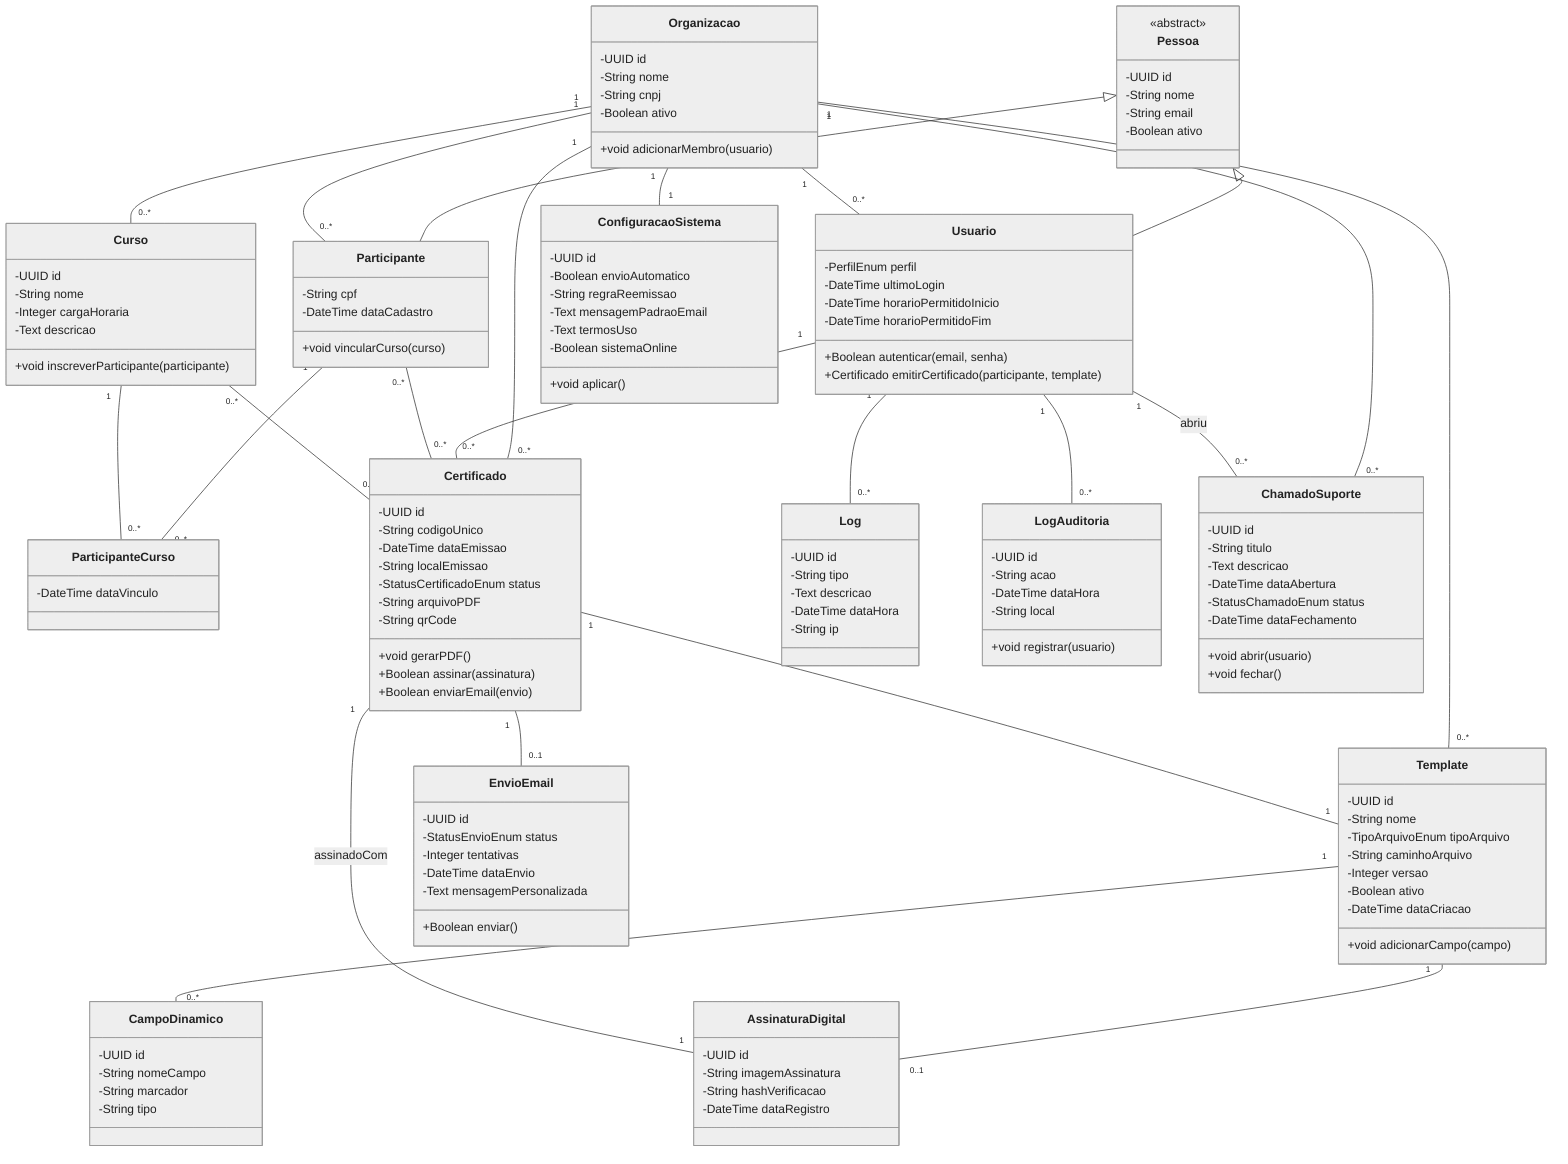
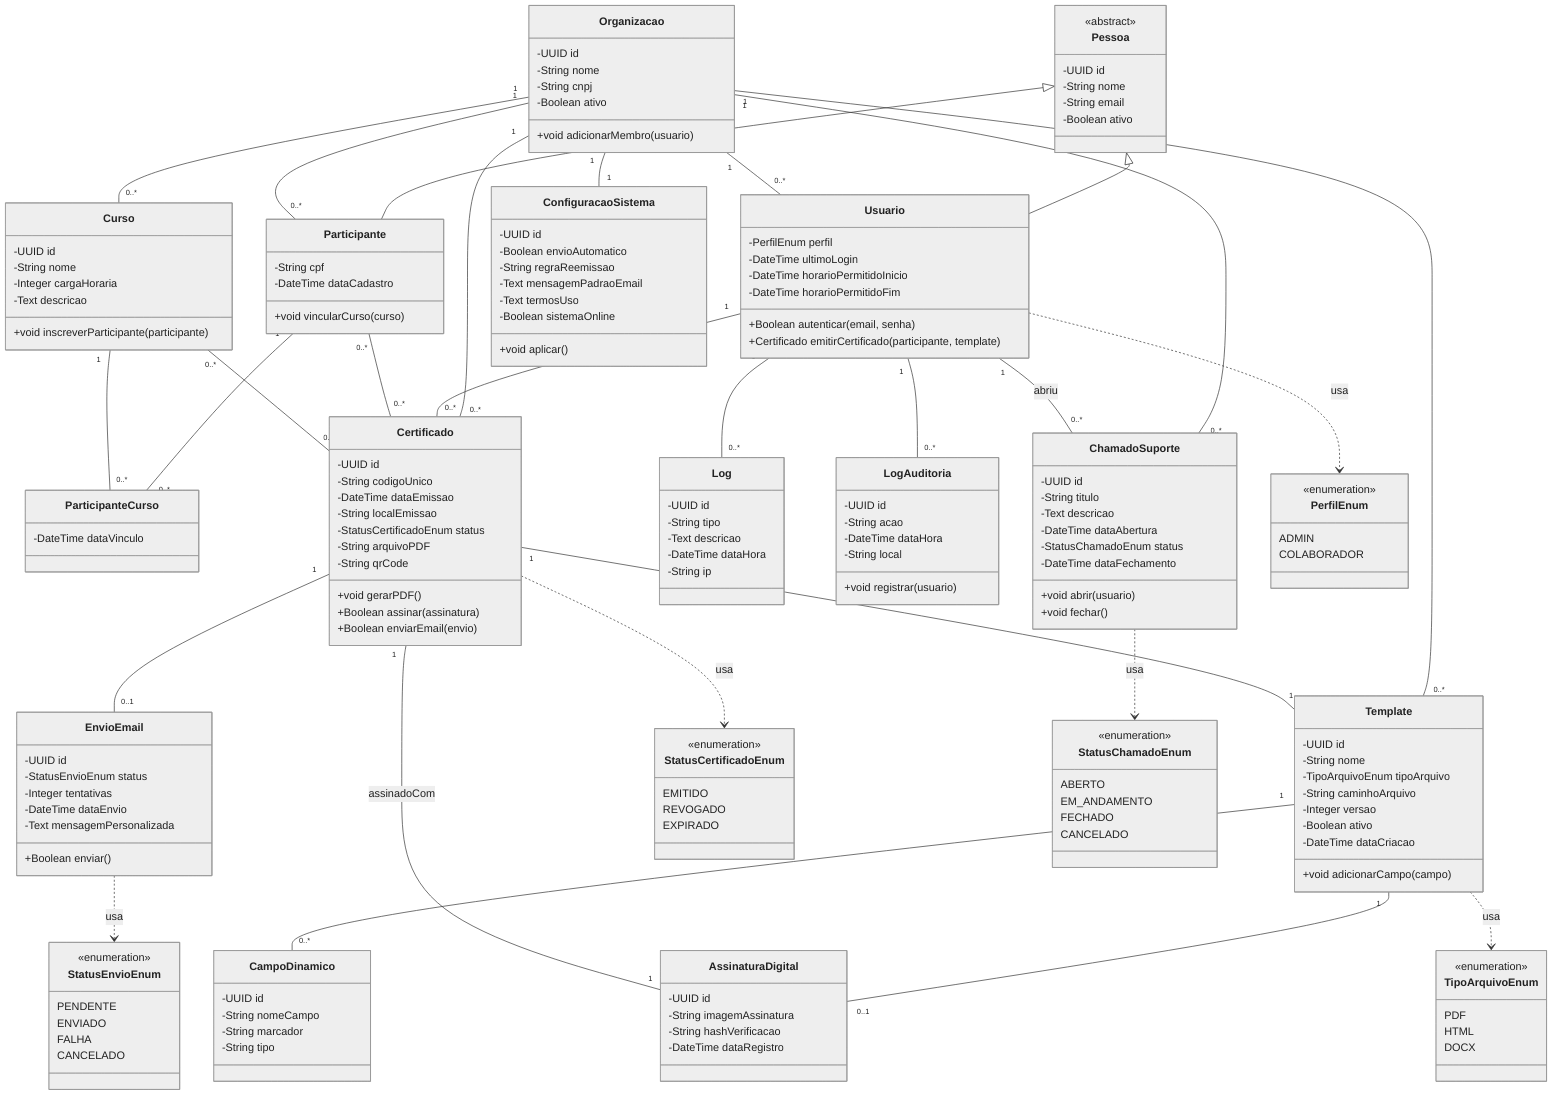
%%{init: {'theme': 'neutral', 'themeVariables': {'lineColor': '#333333', 'primaryTextColor': '#222222', 'primaryColor': '#f4f4f4', 'primaryBorderColor': '#333333', 'secondaryColor': '#ffffff'}}}%%
classDiagram
    class Pessoa {
      <<abstract>>
      -UUID id
      -String nome
      -String email
      -Boolean ativo
    }
    class Usuario {
      -PerfilEnum perfil
      -DateTime ultimoLogin
      -DateTime horarioPermitidoInicio
      -DateTime horarioPermitidoFim
      +Boolean autenticar(email, senha)
      +Certificado emitirCertificado(participante, template)
    }
    class Participante {
      -String cpf
      -DateTime dataCadastro
      +void vincularCurso(curso)
    }
    class Organizacao {
      -UUID id
      -String nome
      -String cnpj
      -Boolean ativo
      +void adicionarMembro(usuario)
    }
    class Curso {
      -UUID id
      -String nome
      -Integer cargaHoraria
      -Text descricao
      +void inscreverParticipante(participante)
    }
    class ParticipanteCurso {
      -DateTime dataVinculo
    }
    class Template {
      -UUID id
      -String nome
      -TipoArquivoEnum tipoArquivo
      -String caminhoArquivo
      -Integer versao
      -Boolean ativo
      -DateTime dataCriacao
      +void adicionarCampo(campo)
    }
    class CampoDinamico {
      -UUID id
      -String nomeCampo
      -String marcador
      -String tipo
    }
    class AssinaturaDigital {
      -UUID id
      -String imagemAssinatura
      -String hashVerificacao
      -DateTime dataRegistro
    }
    class Certificado {
      -UUID id
      -String codigoUnico
      -DateTime dataEmissao
      -String localEmissao
      -StatusCertificadoEnum status
      -String arquivoPDF
      -String qrCode
      +void gerarPDF()
      +Boolean assinar(assinatura)
      +Boolean enviarEmail(envio)
    }
    class EnvioEmail {
      -UUID id
      -StatusEnvioEnum status
      -Integer tentativas
      -DateTime dataEnvio
      -Text mensagemPersonalizada
      +Boolean enviar()
    }
    class Log {
      -UUID id
      -String tipo
      -Text descricao
      -DateTime dataHora
      -String ip
    }
    class LogAuditoria {
      -UUID id
      -String acao
      -DateTime dataHora
      -String local
      +void registrar(usuario)
    }
    class ConfiguracaoSistema {
      -UUID id
      -Boolean envioAutomatico
      -String regraReemissao
      -Text mensagemPadraoEmail
      -Text termosUso
      -Boolean sistemaOnline
      +void aplicar()
    }
    class ChamadoSuporte {
      -UUID id
      -String titulo
      -Text descricao
      -DateTime dataAbertura
      -StatusChamadoEnum status
      -DateTime dataFechamento
      +void abrir(usuario)
      +void fechar()
    }

+     class PerfilEnum {
+       <<enumeration>>
+       ADMIN
+       COLABORADOR
+     }
+     class TipoArquivoEnum {
+       <<enumeration>>
+       PDF
+       HTML
+       DOCX
+     }
+     class StatusCertificadoEnum {
+       <<enumeration>>
+       EMITIDO
+       REVOGADO
+       EXPIRADO
+     }
+     class StatusEnvioEnum {
+       <<enumeration>>
+       PENDENTE
+       ENVIADO
+       FALHA
+       CANCELADO
+     }
+     class StatusChamadoEnum {
+       <<enumeration>>
+       ABERTO
+       EM_ANDAMENTO
+       FECHADO
+       CANCELADO
+     }
+ 
    Pessoa <|-- Usuario
    Pessoa <|-- Participante

    Organizacao "1" -- "0..*" Usuario
    Organizacao "1" -- "0..*" Participante
    Organizacao "1" -- "0..*" Curso
    Organizacao "1" -- "0..*" Template
    Organizacao "1" -- "0..*" Certificado
    Organizacao "1" -- "1" ConfiguracaoSistema
    Organizacao "1" -- "0..*" ChamadoSuporte

    Participante "1" -- "0..*" ParticipanteCurso
    Curso "1" -- "0..*" ParticipanteCurso
    Template "1" -- "0..*" CampoDinamico
    Template "1" -- "0..1" AssinaturaDigital

    Usuario "1" -- "0..*" Certificado : emitiu
    Usuario "1" -- "0..*" Log
    Usuario "1" -- "0..*" LogAuditoria
    Usuario "1" -- "0..*" ChamadoSuporte : abriu

    Participante "0..*" -- "0..*" Certificado
    Curso "0..*" -- "0..*" Certificado

    Certificado "1" -- "0..1" EnvioEmail
    Certificado "1" -- "1" Template
    Certificado "1" -- "1" AssinaturaDigital : assinadoCom
+ 
+     Usuario ..> PerfilEnum : usa
+     Template ..> TipoArquivoEnum : usa
+     Certificado ..> StatusCertificadoEnum : usa
+     EnvioEmail ..> StatusEnvioEnum : usa
+     ChamadoSuporte ..> StatusChamadoEnum : usa
